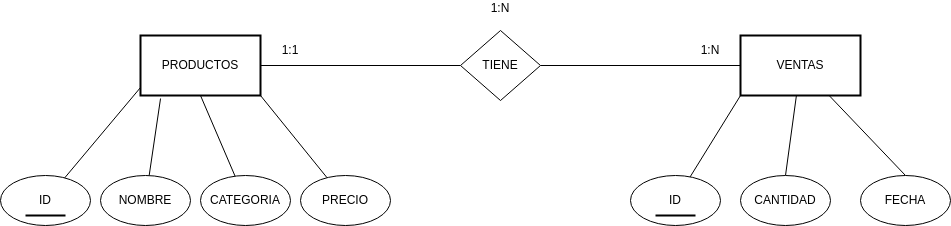
johnfredyrg1226/base_datos2 keeps this draw.io diagram as tarea/Tema3_Realizacion_consultas_SQLite3/tarea4_ER_.drawio.png. Above is the earlier version. Source tidied: cells renumbered, new cells last; positions are measured from the earlier drawing's top-left corner, leaving out a move shared by most shapes.
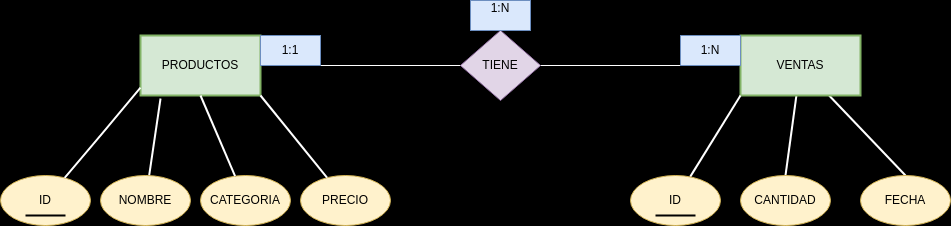
The same file after the commit.

What changed in the source:
```diff
@@ -1,20 +1,20 @@
-<mxGraphModel>
+<mxGraphModel background="#000000">
   <root>
     <mxCell id="0" />
     <mxCell id="1" parent="0" />
-    <mxCell id="2" value="PRODUCTOS" style="rounded=0;whiteSpace=wrap;html=1;strokeWidth=2;" parent="1" vertex="1">
+    <mxCell id="2" value="PRODUCTOS" style="rounded=0;whiteSpace=wrap;html=1;strokeWidth=2;fillColor=#d5e8d4;strokeColor=#82b366;" parent="1" vertex="1">
       <mxGeometry x="140" y="35" width="120" height="60" as="geometry" />
     </mxCell>
-    <mxCell id="3" style="edgeStyle=none;html=1;entryX=0.5;entryY=0;entryDx=0;entryDy=0;endArrow=none;endFill=0;" parent="1" edge="1" source="5" target="20">
+    <mxCell id="3" style="edgeStyle=none;html=1;entryX=0.5;entryY=0;entryDx=0;entryDy=0;endArrow=none;endFill=0;strokeColor=#FFFFFF;strokeWidth=2;" parent="1" edge="1" source="5" target="20">
       <mxGeometry relative="1" as="geometry" />
     </mxCell>
-    <mxCell id="4" style="edgeStyle=none;html=1;entryX=0.5;entryY=0;entryDx=0;entryDy=0;endArrow=none;endFill=0;" parent="1" edge="1" source="5" target="21">
+    <mxCell id="4" style="edgeStyle=none;html=1;entryX=0.5;entryY=0;entryDx=0;entryDy=0;endArrow=none;endFill=0;strokeColor=#FFFFFF;strokeWidth=2;" parent="1" edge="1" source="5" target="21">
       <mxGeometry relative="1" as="geometry" />
     </mxCell>
-    <mxCell id="5" value="VENTAS" style="rounded=0;whiteSpace=wrap;html=1;strokeWidth=2;" parent="1" vertex="1">
+    <mxCell id="5" value="VENTAS" style="rounded=0;whiteSpace=wrap;html=1;strokeWidth=2;fillColor=#d5e8d4;strokeColor=#82b366;" parent="1" vertex="1">
       <mxGeometry x="740" y="35" width="120" height="60" as="geometry" />
     </mxCell>
-    <mxCell id="6" value="ID" style="ellipse;whiteSpace=wrap;html=1;" parent="1" vertex="1">
+    <mxCell id="6" value="ID" style="ellipse;whiteSpace=wrap;html=1;fillColor=#fff2cc;strokeColor=#d6b656;" parent="1" vertex="1">
       <mxGeometry y="175" width="90" height="50" as="geometry" />
     </mxCell>
     <mxCell id="7" style="endArrow=none;html=1;strokeWidth=2;" parent="1" edge="1">
@@ -23,46 +23,50 @@
         <mxPoint x="65" y="215" as="targetPoint" />
       </mxGeometry>
     </mxCell>
-    <mxCell id="8" style="edgeStyle=none;html=1;entryX=0;entryY=0.867;entryDx=0;entryDy=0;entryPerimeter=0;endArrow=none;endFill=0;" parent="1" edge="1" source="6" target="2">
-      <mxGeometry relative="1" as="geometry" />
+    <mxCell id="8" style="edgeStyle=none;html=1;entryX=0;entryY=0.867;entryDx=0;entryDy=0;entryPerimeter=0;endArrow=none;endFill=0;strokeColor=#FFFFFF;strokeWidth=2;" parent="1" edge="1" source="6" target="2">
+      <mxGeometry relative="1" as="geometry">
+        <Array as="points">
+          <mxPoint x="100" y="135" />
+        </Array>
+      </mxGeometry>
     </mxCell>
-    <mxCell id="9" style="edgeStyle=none;html=1;endArrow=none;endFill=0;entryX=0.167;entryY=1.05;entryDx=0;entryDy=0;entryPerimeter=0;" parent="1" edge="1" source="10" target="2">
+    <mxCell id="9" style="edgeStyle=none;html=1;endArrow=none;endFill=0;entryX=0.167;entryY=1.05;entryDx=0;entryDy=0;entryPerimeter=0;strokeColor=#FFFFFF;strokeWidth=2;" parent="1" edge="1" source="10" target="2">
       <mxGeometry relative="1" as="geometry" />
     </mxCell>
-    <mxCell id="10" value="NOMBRE" style="ellipse;whiteSpace=wrap;html=1;" parent="1" vertex="1">
+    <mxCell id="10" value="NOMBRE" style="ellipse;whiteSpace=wrap;html=1;fillColor=#fff2cc;strokeColor=#d6b656;" parent="1" vertex="1">
       <mxGeometry x="100" y="175" width="90" height="50" as="geometry" />
     </mxCell>
-    <mxCell id="11" value="CATEGORIA" style="ellipse;whiteSpace=wrap;html=1;" parent="1" vertex="1">
+    <mxCell id="11" value="CATEGORIA" style="ellipse;whiteSpace=wrap;html=1;fillColor=#fff2cc;strokeColor=#d6b656;" parent="1" vertex="1">
       <mxGeometry x="200" y="175" width="90" height="50" as="geometry" />
     </mxCell>
-    <mxCell id="12" value="PRECIO" style="ellipse;whiteSpace=wrap;html=1;" parent="1" vertex="1">
+    <mxCell id="12" value="PRECIO" style="ellipse;whiteSpace=wrap;html=1;fillColor=#fff2cc;strokeColor=#d6b656;" parent="1" vertex="1">
       <mxGeometry x="300" y="175" width="90" height="50" as="geometry" />
     </mxCell>
-    <mxCell id="13" style="edgeStyle=none;html=1;endArrow=none;endFill=0;entryX=0.5;entryY=1;entryDx=0;entryDy=0;" parent="1" edge="1" source="11" target="2">
+    <mxCell id="13" style="edgeStyle=none;html=1;endArrow=none;endFill=0;entryX=0.5;entryY=1;entryDx=0;entryDy=0;strokeColor=#FFFFFF;strokeWidth=2;" parent="1" edge="1" source="11" target="2">
       <mxGeometry relative="1" as="geometry" />
     </mxCell>
-    <mxCell id="14" style="edgeStyle=none;html=1;entryX=1;entryY=1;entryDx=0;entryDy=0;endArrow=none;endFill=0;" parent="1" edge="1" source="12" target="2">
+    <mxCell id="14" style="edgeStyle=none;html=1;entryX=1;entryY=1;entryDx=0;entryDy=0;endArrow=none;endFill=0;strokeColor=#FFFFFF;strokeWidth=2;" parent="1" edge="1" source="12" target="2">
       <mxGeometry relative="1" as="geometry" />
     </mxCell>
-    <mxCell id="15" style="edgeStyle=none;html=1;entryX=0;entryY=0.5;entryDx=0;entryDy=0;endArrow=none;endFill=0;" parent="1" edge="1" source="17" target="5">
+    <mxCell id="15" style="edgeStyle=none;html=1;entryX=0;entryY=0.5;entryDx=0;entryDy=0;endArrow=none;endFill=0;strokeColor=#FFFFFF;" parent="1" edge="1" source="17" target="5">
       <mxGeometry relative="1" as="geometry" />
     </mxCell>
-    <mxCell id="16" style="edgeStyle=none;html=1;entryX=1;entryY=0.5;entryDx=0;entryDy=0;endArrow=none;endFill=0;" parent="1" edge="1" source="17" target="2">
+    <mxCell id="16" style="edgeStyle=none;html=1;entryX=1;entryY=0.5;entryDx=0;entryDy=0;endArrow=none;endFill=0;strokeColor=#FFFFFF;" parent="1" edge="1" source="17" target="2">
       <mxGeometry relative="1" as="geometry" />
     </mxCell>
-    <mxCell id="17" value="TIENE" style="rhombus;whiteSpace=wrap;html=1;" parent="1" vertex="1">
+    <mxCell id="17" value="TIENE" style="rhombus;whiteSpace=wrap;html=1;fillColor=#e1d5e7;strokeColor=#9673a6;" parent="1" vertex="1">
       <mxGeometry x="460" y="30" width="80" height="70" as="geometry" />
     </mxCell>
-    <mxCell id="18" style="edgeStyle=none;html=1;endArrow=none;endFill=0;entryX=0;entryY=1;entryDx=0;entryDy=0;" parent="1" edge="1" source="19" target="5">
+    <mxCell id="18" style="edgeStyle=none;html=1;endArrow=none;endFill=0;entryX=0;entryY=1;entryDx=0;entryDy=0;strokeColor=#FFFFFF;strokeWidth=2;" parent="1" edge="1" source="19" target="5">
       <mxGeometry relative="1" as="geometry" />
     </mxCell>
-    <mxCell id="19" value="ID" style="ellipse;whiteSpace=wrap;html=1;" parent="1" vertex="1">
+    <mxCell id="19" value="ID" style="ellipse;whiteSpace=wrap;html=1;fillColor=#fff2cc;strokeColor=#d6b656;" parent="1" vertex="1">
       <mxGeometry x="630" y="175" width="90" height="50" as="geometry" />
     </mxCell>
-    <mxCell id="20" value="CANTIDAD" style="ellipse;whiteSpace=wrap;html=1;" parent="1" vertex="1">
+    <mxCell id="20" value="CANTIDAD" style="ellipse;whiteSpace=wrap;html=1;fillColor=#fff2cc;strokeColor=#d6b656;" parent="1" vertex="1">
       <mxGeometry x="740" y="175" width="90" height="50" as="geometry" />
     </mxCell>
-    <mxCell id="21" value="FECHA" style="ellipse;whiteSpace=wrap;html=1;" parent="1" vertex="1">
+    <mxCell id="21" value="FECHA" style="ellipse;whiteSpace=wrap;html=1;fillColor=#fff2cc;strokeColor=#d6b656;" parent="1" vertex="1">
       <mxGeometry x="860" y="175" width="90" height="50" as="geometry" />
     </mxCell>
     <mxCell id="22" style="endArrow=none;html=1;strokeWidth=2;" parent="1" edge="1">
@@ -71,13 +75,13 @@
         <mxPoint x="695" y="215" as="targetPoint" />
       </mxGeometry>
     </mxCell>
-    <mxCell id="23" value="1:N" style="text;html=1;align=center;verticalAlign=middle;whiteSpace=wrap;rounded=0;" parent="1" vertex="1">
+    <mxCell id="23" value="1:N" style="text;html=1;align=center;verticalAlign=middle;whiteSpace=wrap;rounded=0;fillColor=#dae8fc;strokeColor=#6c8ebf;" parent="1" vertex="1">
       <mxGeometry x="680" y="35" width="60" height="30" as="geometry" />
     </mxCell>
-    <mxCell id="24" value="1:1" style="text;html=1;align=center;verticalAlign=middle;whiteSpace=wrap;rounded=0;" parent="1" vertex="1">
+    <mxCell id="24" value="1:1" style="text;html=1;align=center;verticalAlign=middle;whiteSpace=wrap;rounded=0;fillColor=#dae8fc;strokeColor=#6c8ebf;" parent="1" vertex="1">
       <mxGeometry x="260" y="35" width="60" height="30" as="geometry" />
     </mxCell>
-    <mxCell id="25" value="1:N&lt;div&gt;&lt;br&gt;&lt;/div&gt;" style="text;html=1;align=center;verticalAlign=middle;whiteSpace=wrap;rounded=0;" parent="1" vertex="1">
+    <mxCell id="25" value="1:N&lt;div&gt;&lt;br&gt;&lt;/div&gt;" style="text;html=1;align=center;verticalAlign=middle;whiteSpace=wrap;rounded=0;fillColor=#dae8fc;strokeColor=#6c8ebf;" parent="1" vertex="1">
       <mxGeometry x="470" width="60" height="30" as="geometry" />
     </mxCell>
   </root>
```
